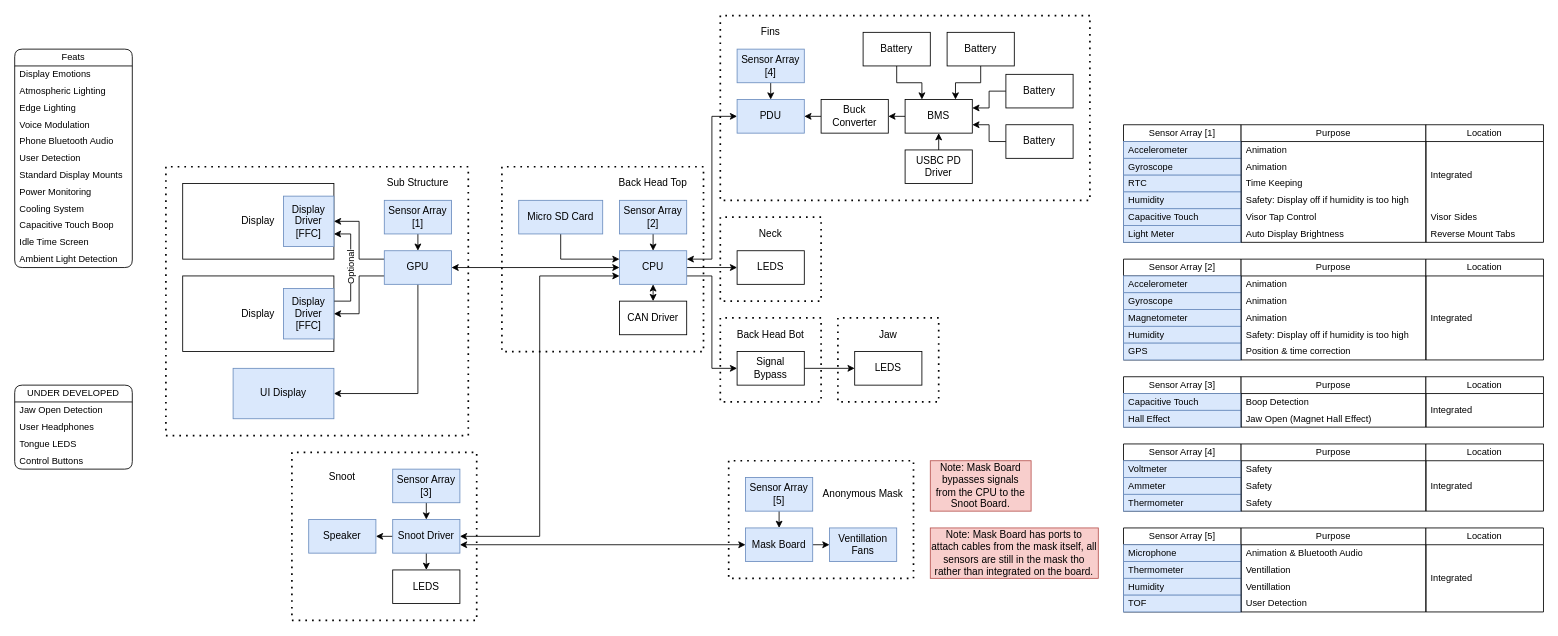
Above: page "Overview" (1 of 3) of Documents/Electronics.drawio in XCR1793/Synth-Head (draw.io), before the change. Source tidied: cells renumbered, new cells numbered last; positions are measured from the earlier drawing's top-left corner, leaving out a move shared by most shapes. Both pictures are drawn from the tidied source at 84%, with x=0, y=0 at pixel (14, 15).
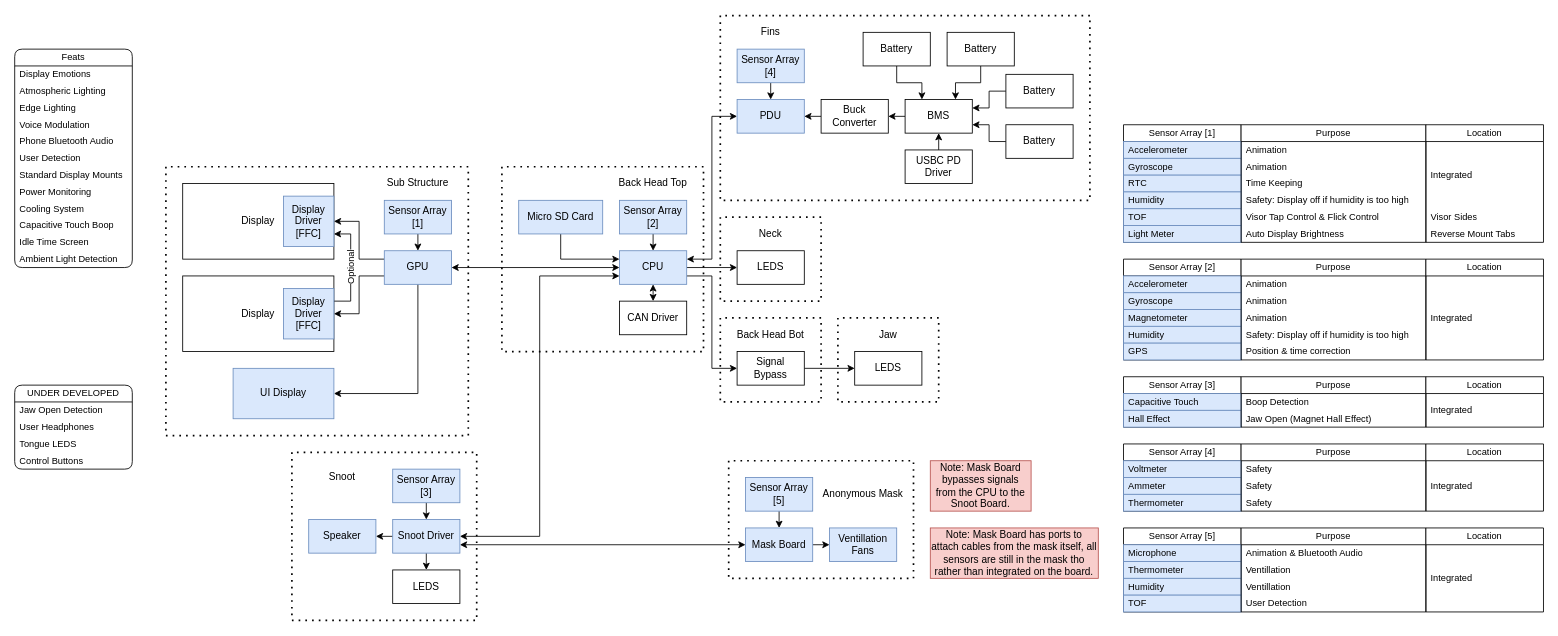
Above is the later version.

The change refers to these unchanged cells:
```xml
<mxCell id="92" value="Sensor Array [1]" style="swimlane;fontStyle=0;horizontal=1;startSize=20;whiteSpace=wrap;html=1;fontFamily=Helvetica;fontSize=11;fontColor=default;labelBackgroundColor=default;" parent="1" vertex="1">
  <mxGeometry x="1320" y="130" width="140" height="140" as="geometry" />
</mxCell>
<mxCell id="99" value="Purpose" style="swimlane;fontStyle=0;horizontal=1;startSize=20;whiteSpace=wrap;html=1;fontFamily=Helvetica;fontSize=11;fontColor=default;labelBackgroundColor=default;" parent="1" vertex="1">
  <mxGeometry x="1460" y="130" width="220" height="140" as="geometry" />
</mxCell>
```

The edit, as a diff of the source:
```diff
@@
-    <mxCell id="97" value="Capacitive Touch" style="text;strokeColor=#6c8ebf;fillColor=#dae8fc;align=left;verticalAlign=middle;spacingLeft=4;spacingRight=4;overflow=hidden;whiteSpace=wrap;html=1;fontFamily=Helvetica;fontSize=11;labelBackgroundColor=none;" parent="92" vertex="1">
+    <mxCell id="97" value="TOF" style="text;strokeColor=#6c8ebf;fillColor=#dae8fc;align=left;verticalAlign=middle;spacingLeft=4;spacingRight=4;overflow=hidden;whiteSpace=wrap;html=1;fontFamily=Helvetica;fontSize=11;labelBackgroundColor=none;" parent="92" vertex="1">
       <mxGeometry y="100" width="140" height="20" as="geometry" />
     </mxCell>
@@
-    <mxCell id="104" value="Visor Tap Control" style="text;strokeColor=none;fillColor=none;align=left;verticalAlign=middle;spacingLeft=4;spacingRight=4;overflow=hidden;whiteSpace=wrap;html=1;fontFamily=Helvetica;fontSize=11;fontColor=default;labelBackgroundColor=default;" parent="99" vertex="1">
+    <mxCell id="104" value="Visor Tap Control &amp;amp; Flick Control" style="text;strokeColor=none;fillColor=none;align=left;verticalAlign=middle;spacingLeft=4;spacingRight=4;overflow=hidden;whiteSpace=wrap;html=1;fontFamily=Helvetica;fontSize=11;fontColor=default;labelBackgroundColor=default;" parent="99" vertex="1">
       <mxGeometry y="100" width="220" height="20" as="geometry" />
     </mxCell>
```
